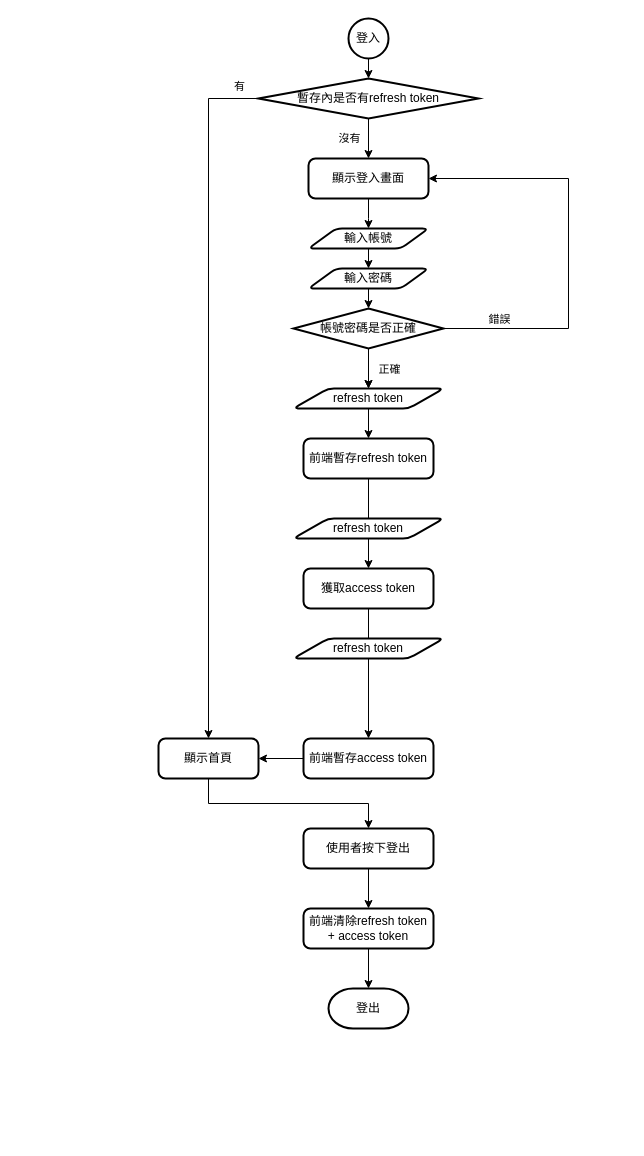
Earlier version of the draw.io diagram page "登入登出流程" (2 of 2) of lazycat-shop.drawio (tim12367/lazycat-shop). Source tidied: cells renumbered, new cells numbered last; positions are measured from the earlier drawing's top-left corner, leaving out a move shared by most shapes. Both pictures are drawn from the tidied source at 100%, with x=0, y=0 at pixel (158, 18).
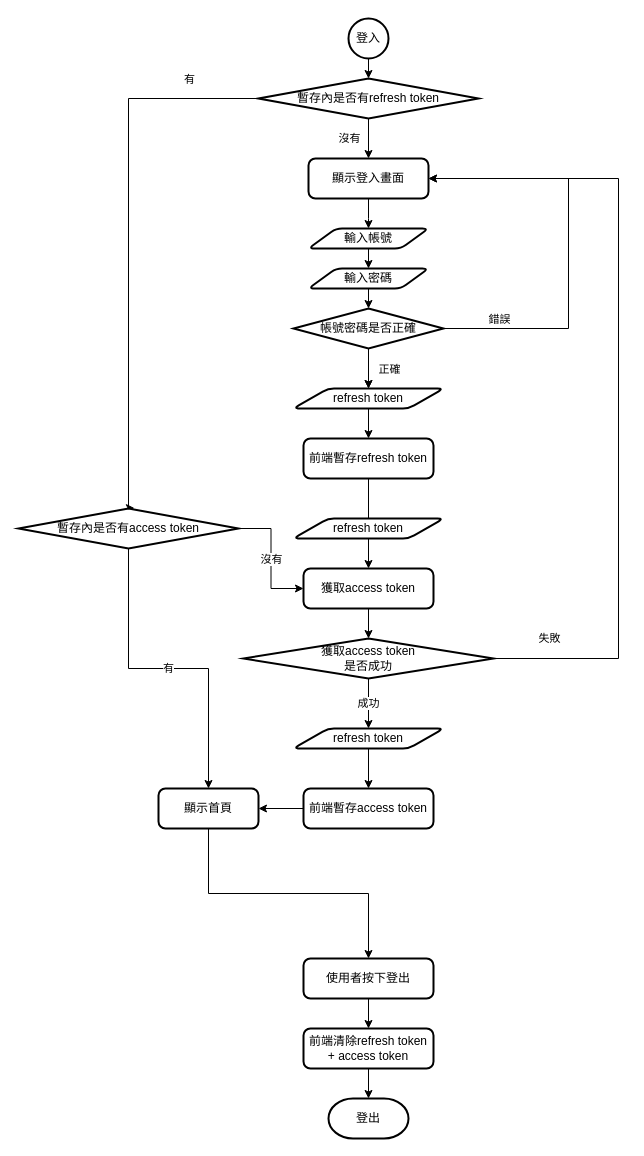
The same diagram, later.

Unchanged cells that the change refers to:
```xml
<mxCell id="25" value="暫存內是否有refresh token" style="strokeWidth=2;html=1;shape=mxgraph.flowchart.decision;whiteSpace=wrap;" parent="1" vertex="1">
  <mxGeometry x="100" y="60" width="220" height="40" as="geometry" />
</mxCell>
<mxCell id="29" value="獲取access token" style="rounded=1;whiteSpace=wrap;html=1;absoluteArcSize=1;arcSize=14;strokeWidth=2;" parent="1" vertex="1">
  <mxGeometry x="145" y="550" width="130" height="40" as="geometry" />
</mxCell>
```

Diff of the diagram source:
```diff
@@
     <mxCell id="4" value="登出" style="strokeWidth=2;html=1;shape=mxgraph.flowchart.terminator;whiteSpace=wrap;" parent="1" vertex="1">
-      <mxGeometry x="170" y="970" width="80" height="40" as="geometry" />
+      <mxGeometry x="170" y="1080" width="80" height="40" as="geometry" />
     </mxCell>
@@
-    <mxCell id="23" style="edgeStyle=orthogonalEdgeStyle;rounded=0;jettySize=auto;html=1;endArrow=classic;endFill=1;entryX=0.5;entryY=0;entryDx=0;entryDy=0;exitX=0;exitY=0.5;exitDx=0;exitDy=0;exitPerimeter=0;" parent="1" edge="1" source="25" target="27">
+    <mxCell id="23" style="edgeStyle=orthogonalEdgeStyle;rounded=0;jettySize=auto;html=1;endArrow=classic;endFill=1;entryX=0.527;entryY=-0.011;entryDx=0;entryDy=0;exitX=0;exitY=0.5;exitDx=0;exitDy=0;exitPerimeter=0;entryPerimeter=0;" parent="1" edge="1" source="25" target="41">
       <mxGeometry relative="1" as="geometry">
         <Array as="points">
-          <mxPoint x="50" y="80" />
+          <mxPoint x="-30" y="80" />
+          <mxPoint x="-30" y="490" />
         </Array>
       </mxGeometry>
     </mxCell>
     <mxCell id="24" value="有" style="edgeLabel;html=1;align=center;verticalAlign=middle;" parent="23" vertex="1">
       <mxGeometry x="-0.29" y="1" relative="1" as="geometry">
-        <mxPoint x="29" y="-207.7" as="offset" />
+        <mxPoint x="59" y="-83.1" as="offset" />
       </mxGeometry>
     </mxCell>
@@
     <mxCell id="27" value="顯示首頁" style="rounded=1;whiteSpace=wrap;html=1;absoluteArcSize=1;arcSize=14;strokeWidth=2;" parent="1" vertex="1">
-      <mxGeometry y="720" width="100" height="40" as="geometry" />
+      <mxGeometry y="770" width="100" height="40" as="geometry" />
     </mxCell>
-    <mxCell id="28" style="edgeStyle=orthogonalEdgeStyle;rounded=0;jettySize=auto;html=1;exitX=0.5;exitY=1;exitDx=0;exitDy=0;endArrow=none;endFill=0;entryX=0.5;entryY=0;entryDx=0;entryDy=0;" parent="1" edge="1" source="29" target="34">
+    <mxCell id="28" style="edgeStyle=orthogonalEdgeStyle;rounded=0;jettySize=auto;html=1;exitX=0.5;exitY=1;exitDx=0;exitDy=0;endArrow=classic;endFill=1;entryX=0.5;entryY=0;entryDx=0;entryDy=0;entryPerimeter=0;" parent="1" edge="1" source="29" target="44">
       <mxGeometry relative="1" as="geometry" />
     </mxCell>
@@
     <mxCell id="32" value="前端暫存access token" style="rounded=1;whiteSpace=wrap;html=1;absoluteArcSize=1;arcSize=14;strokeWidth=2;" parent="1" vertex="1">
-      <mxGeometry x="145" y="720" width="130" height="40" as="geometry" />
+      <mxGeometry x="145" y="770" width="130" height="40" as="geometry" />
     </mxCell>
-    <mxCell id="33" style="edgeStyle=orthogonalEdgeStyle;rounded=0;jettySize=auto;html=1;exitX=0.5;exitY=1;exitDx=0;exitDy=0;entryX=0.5;entryY=0;entryDx=0;entryDy=0;endArrow=classic;endFill=1;" parent="1" edge="1" source="34" target="32">
+    <mxCell id="33" style="edgeStyle=orthogonalEdgeStyle;rounded=0;jettySize=auto;html=1;exitX=0.5;exitY=1;exitDx=0;exitDy=0;endArrow=classic;endFill=1;entryX=0.5;entryY=0;entryDx=0;entryDy=0;" parent="1" edge="1" source="34" target="32">
       <mxGeometry relative="1" as="geometry" />
     </mxCell>
     <mxCell id="34" value="refresh token" style="shape=parallelogram;html=1;strokeWidth=2;perimeter=parallelogramPerimeter;whiteSpace=wrap;rounded=1;arcSize=12;size=0.23;" parent="1" vertex="1">
-      <mxGeometry x="135" y="620" width="150" height="20" as="geometry" />
+      <mxGeometry x="135" y="710" width="150" height="20" as="geometry" />
     </mxCell>
@@
     <mxCell id="36" value="使用者按下登出" style="rounded=1;whiteSpace=wrap;html=1;absoluteArcSize=1;arcSize=14;strokeWidth=2;" parent="1" vertex="1">
-      <mxGeometry x="145" y="810" width="130" height="40" as="geometry" />
+      <mxGeometry x="145" y="940" width="130" height="40" as="geometry" />
     </mxCell>
@@
     <mxCell id="38" value="前端清除refresh token + access token" style="rounded=1;whiteSpace=wrap;html=1;absoluteArcSize=1;arcSize=14;strokeWidth=2;" parent="1" vertex="1">
-      <mxGeometry x="145" y="890" width="130" height="40" as="geometry" />
+      <mxGeometry x="145" y="1010" width="130" height="40" as="geometry" />
     </mxCell>
+    <mxCell id="39" value="沒有" style="edgeStyle=orthogonalEdgeStyle;rounded=0;jettySize=auto;html=1;entryX=0;entryY=0.5;entryDx=0;entryDy=0;endArrow=classic;endFill=1;" parent="1" edge="1" source="41" target="29">
+      <mxGeometry relative="1" as="geometry" />
+    </mxCell>
+    <mxCell id="40" value="有" style="edgeStyle=orthogonalEdgeStyle;rounded=0;jettySize=auto;html=1;exitX=0.5;exitY=1;exitDx=0;exitDy=0;exitPerimeter=0;entryX=0.5;entryY=0;entryDx=0;entryDy=0;endArrow=classic;endFill=1;" parent="1" edge="1" source="41" target="27">
+      <mxGeometry relative="1" as="geometry" />
+    </mxCell>
+    <mxCell id="41" value="暫存內是否有access token" style="strokeWidth=2;html=1;shape=mxgraph.flowchart.decision;whiteSpace=wrap;" parent="1" vertex="1">
+      <mxGeometry x="-140" y="490" width="220" height="40" as="geometry" />
+    </mxCell>
+    <mxCell id="42" value="成功" style="edgeStyle=orthogonalEdgeStyle;rounded=0;jettySize=auto;html=1;exitX=0.5;exitY=1;exitDx=0;exitDy=0;exitPerimeter=0;entryX=0.5;entryY=0;entryDx=0;entryDy=0;endArrow=classic;endFill=1;" parent="1" edge="1" source="44" target="34">
+      <mxGeometry relative="1" as="geometry" />
+    </mxCell>
+    <mxCell id="43" value="失敗" style="edgeStyle=orthogonalEdgeStyle;rounded=0;jettySize=auto;html=1;exitX=1;exitY=0.5;exitDx=0;exitDy=0;exitPerimeter=0;endArrow=classic;endFill=1;" parent="1" edge="1" source="44">
+      <mxGeometry x="-0.86" y="20" relative="1" as="geometry">
+        <mxPoint x="270" y="160" as="targetPoint" />
+        <Array as="points">
+          <mxPoint x="460" y="640" />
+          <mxPoint x="460" y="160" />
+        </Array>
+      </mxGeometry>
+    </mxCell>
+    <mxCell id="44" value="獲取access token&lt;br&gt;是否成功" style="strokeWidth=2;html=1;shape=mxgraph.flowchart.decision;whiteSpace=wrap;" parent="1" vertex="1">
+      <mxGeometry x="85" y="620" width="250" height="40" as="geometry" />
+    </mxCell>
```
